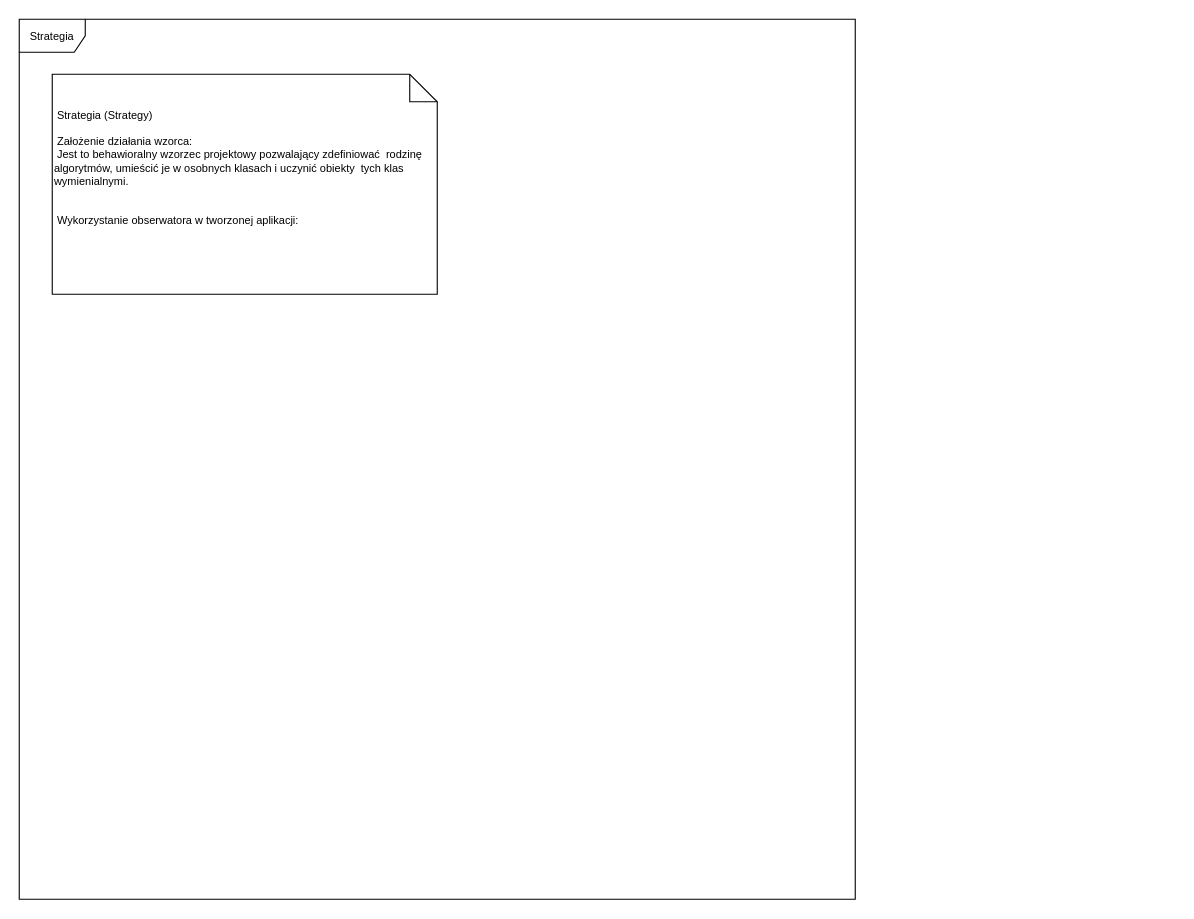
The draw.io diagram page "Strategia" (3 of 3) of src/Untitled Diagram.drawio in aleksandra0291/wzorce, before the edit. Source tidied: cells renumbered, new cells numbered last; positions are measured from the earlier drawing's top-left corner, leaving out a move shared by most shapes. Both pictures are drawn from the tidied source at 110%, with x=0, y=0 at pixel (19, 19).
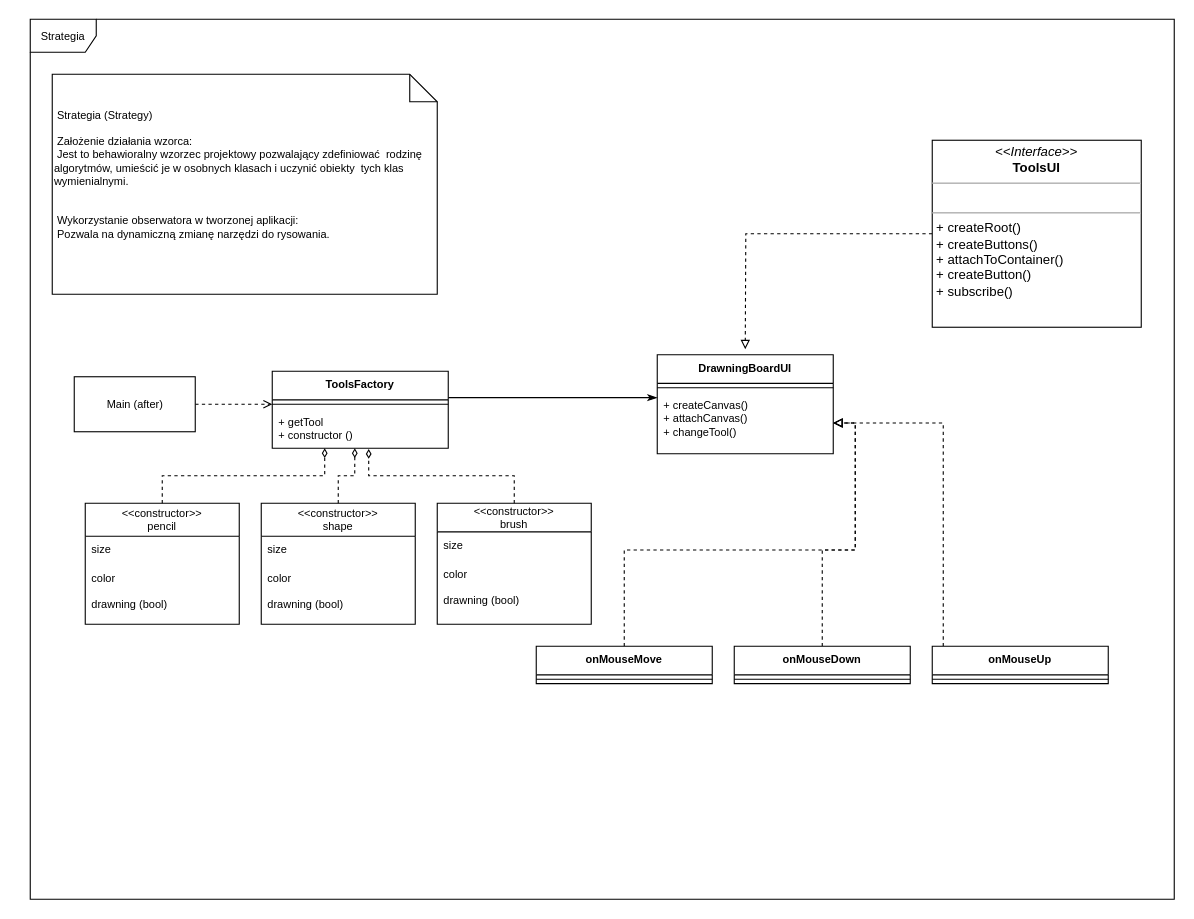
The same page after the edit.

The edit, as a diff of the source:
```diff
@@
     <mxCell id="2" value="&lt;font style=&quot;font-size: 10px;&quot;&gt;Strategia&lt;/font&gt;" style="shape=umlFrame;whiteSpace=wrap;html=1;" parent="1" vertex="1">
-      <mxGeometry width="760" height="800" as="geometry" />
+      <mxGeometry x="10" width="1040" height="800" as="geometry" />
     </mxCell>
-    <mxCell id="3" value="&lt;span style=&quot;white-space: pre;&quot;&gt; &lt;/span&gt;Strategia (Strategy)&lt;br&gt;&lt;br&gt;&lt;span style=&quot;white-space: pre;&quot;&gt; &lt;/span&gt;Założenie działania wzorca:&amp;nbsp;&lt;br&gt;&lt;span style=&quot;white-space: pre;&quot;&gt; &lt;/span&gt;Jest to behawioralny wzorzec projektowy pozwalający zdefiniować &lt;span style=&quot;white-space: pre;&quot;&gt; &lt;/span&gt;rodzinę algorytmów, umieścić je w osobnych klasach i uczynić obiekty &lt;span style=&quot;white-space: pre;&quot;&gt; &lt;/span&gt;tych klas wymienialnymi.&amp;nbsp;&lt;br&gt;&lt;span style=&quot;white-space: pre;&quot;&gt; &lt;/span&gt;&lt;br&gt;&lt;br&gt;&lt;span style=&quot;white-space: pre;&quot;&gt; &lt;/span&gt;Wykorzystanie obserwatora w tworzonej aplikacji:" style="shape=note2;boundedLbl=1;whiteSpace=wrap;html=1;size=25;verticalAlign=top;align=left;fontSize=10;" parent="1" vertex="1">
+    <mxCell id="3" value="&lt;span style=&quot;white-space: pre;&quot;&gt; &lt;/span&gt;Strategia (Strategy)&lt;br&gt;&lt;br&gt;&lt;span style=&quot;white-space: pre;&quot;&gt; &lt;/span&gt;Założenie działania wzorca:&amp;nbsp;&lt;br&gt;&lt;span style=&quot;white-space: pre;&quot;&gt; &lt;/span&gt;Jest to behawioralny wzorzec projektowy pozwalający zdefiniować &lt;span style=&quot;white-space: pre;&quot;&gt; &lt;/span&gt;rodzinę algorytmów, umieścić je w osobnych klasach i uczynić obiekty &lt;span style=&quot;white-space: pre;&quot;&gt; &lt;/span&gt;tych klas wymienialnymi.&amp;nbsp;&lt;br&gt;&lt;span style=&quot;white-space: pre;&quot;&gt; &lt;/span&gt;&lt;br&gt;&lt;br&gt;&lt;span style=&quot;white-space: pre;&quot;&gt; &lt;/span&gt;Wykorzystanie obserwatora w tworzonej aplikacji:&lt;br&gt;&lt;span style=&quot;white-space: pre;&quot;&gt; &lt;/span&gt;Pozwala na dynamiczną zmianę narzędzi do rysowania.&amp;nbsp;" style="shape=note2;boundedLbl=1;whiteSpace=wrap;html=1;size=25;verticalAlign=top;align=left;fontSize=10;" parent="1" vertex="1">
       <mxGeometry x="30" y="50" width="350" height="200" as="geometry" />
     </mxCell>
+    <mxCell id="4" style="edgeStyle=orthogonalEdgeStyle;rounded=0;jettySize=auto;html=1;dashed=1;fontSize=10;endArrow=open;endFill=0;" parent="1" edge="1" source="5" target="8">
+      <mxGeometry relative="1" as="geometry" />
+    </mxCell>
+    <mxCell id="5" value="Main (after)" style="html=1;fontSize=10;" parent="1" vertex="1">
+      <mxGeometry x="50" y="325" width="110" height="50" as="geometry" />
+    </mxCell>
+    <mxCell id="6" style="edgeStyle=orthogonalEdgeStyle;rounded=0;orthogonalLoop=1;jettySize=auto;html=1;fontSize=10;endArrow=classicThin;endFill=1;" parent="1" edge="1">
+      <mxGeometry relative="1" as="geometry">
+        <mxPoint x="390" y="344" as="sourcePoint" />
+        <mxPoint x="580" y="344" as="targetPoint" />
+      </mxGeometry>
+    </mxCell>
+    <mxCell id="7" value="ToolsFactory" style="swimlane;fontStyle=1;align=center;verticalAlign=top;horizontal=1;startSize=26;fontSize=10;" parent="1" vertex="1">
+      <mxGeometry x="230" y="320" width="160" height="70" as="geometry" />
+    </mxCell>
+    <mxCell id="8" style="line;strokeWidth=1;fillColor=none;align=left;verticalAlign=middle;spacingTop=-1;spacingLeft=3;spacingRight=3;labelPosition=right;points=[];portConstraint=eastwest;fontSize=10;" parent="7" vertex="1">
+      <mxGeometry y="26" width="160" height="8" as="geometry" />
+    </mxCell>
+    <mxCell id="9" value="+ getTool&#10;+ constructor ()" style="text;strokeColor=none;fillColor=none;align=left;verticalAlign=top;spacingLeft=4;spacingRight=4;overflow=hidden;points=[[0,0.5],[1,0.5]];portConstraint=eastwest;fontSize=10;" parent="7" vertex="1">
+      <mxGeometry y="34" width="160" height="36" as="geometry" />
+    </mxCell>
+    <mxCell id="10" style="edgeStyle=orthogonalEdgeStyle;rounded=0;jettySize=auto;html=1;entryX=0.548;entryY=1.018;entryDx=0;entryDy=0;entryPerimeter=0;dashed=1;fontSize=10;endArrow=diamondThin;endFill=0;" parent="1" edge="1" source="11" target="9">
+      <mxGeometry relative="1" as="geometry" />
+    </mxCell>
+    <mxCell id="11" value="&lt;&lt;constructor&gt;&gt;&#10;brush" style="swimlane;fontStyle=0;horizontal=1;startSize=26;fillColor=none;fontSize=10;" parent="1" vertex="1">
+      <mxGeometry x="380" y="440" width="140" height="110" as="geometry" />
+    </mxCell>
+    <mxCell id="12" value="size" style="text;strokeColor=none;fillColor=none;align=left;verticalAlign=top;spacingLeft=4;spacingRight=4;overflow=hidden;fontSize=10;" parent="11" vertex="1">
+      <mxGeometry y="26" width="140" height="26" as="geometry" />
+    </mxCell>
+    <mxCell id="13" value="color&#10;&#10;drawning (bool)" style="text;strokeColor=none;fillColor=none;align=left;verticalAlign=top;spacingLeft=4;spacingRight=4;overflow=hidden;fontSize=10;" parent="11" vertex="1">
+      <mxGeometry y="52" width="140" height="58" as="geometry" />
+    </mxCell>
+    <mxCell id="14" style="edgeStyle=orthogonalEdgeStyle;rounded=0;jettySize=auto;html=1;entryX=0.469;entryY=1;entryDx=0;entryDy=0;entryPerimeter=0;dashed=1;fontSize=10;endArrow=diamondThin;endFill=0;" parent="1" edge="1" source="15" target="9">
+      <mxGeometry relative="1" as="geometry" />
+    </mxCell>
+    <mxCell id="15" value="&lt;&lt;constructor&gt;&gt;&#10;shape" style="swimlane;fontStyle=0;horizontal=1;startSize=30;fillColor=none;fontSize=10;" parent="1" vertex="1">
+      <mxGeometry x="220" y="440" width="140" height="110" as="geometry" />
+    </mxCell>
+    <mxCell id="16" value="size" style="text;strokeColor=none;fillColor=none;align=left;verticalAlign=top;spacingLeft=4;spacingRight=4;overflow=hidden;fontSize=10;" parent="15" vertex="1">
+      <mxGeometry y="30" width="140" height="26" as="geometry" />
+    </mxCell>
+    <mxCell id="17" value="color&#10;&#10;drawning (bool)" style="text;strokeColor=none;fillColor=none;align=left;verticalAlign=top;spacingLeft=4;spacingRight=4;overflow=hidden;fontSize=10;" parent="15" vertex="1">
+      <mxGeometry y="56" width="140" height="54" as="geometry" />
+    </mxCell>
+    <mxCell id="18" style="edgeStyle=orthogonalEdgeStyle;rounded=0;jettySize=auto;html=1;entryX=0.298;entryY=1;entryDx=0;entryDy=0;entryPerimeter=0;dashed=1;fontSize=10;endArrow=diamondThin;endFill=0;" parent="1" edge="1" source="19" target="9">
+      <mxGeometry relative="1" as="geometry" />
+    </mxCell>
+    <mxCell id="19" value="&lt;&lt;constructor&gt;&gt;&#10;pencil" style="swimlane;fontStyle=0;horizontal=1;startSize=30;fillColor=none;fontSize=10;" parent="1" vertex="1">
+      <mxGeometry x="60" y="440" width="140" height="110" as="geometry" />
+    </mxCell>
+    <mxCell id="20" value="size" style="text;strokeColor=none;fillColor=none;align=left;verticalAlign=top;spacingLeft=4;spacingRight=4;overflow=hidden;fontSize=10;" parent="19" vertex="1">
+      <mxGeometry y="30" width="140" height="26" as="geometry" />
+    </mxCell>
+    <mxCell id="21" value="color&#10;&#10;drawning (bool)" style="text;strokeColor=none;fillColor=none;align=left;verticalAlign=top;spacingLeft=4;spacingRight=4;overflow=hidden;fontSize=10;" parent="19" vertex="1">
+      <mxGeometry y="56" width="140" height="54" as="geometry" />
+    </mxCell>
+    <mxCell id="22" value="DrawningBoardUI" style="swimlane;fontStyle=1;align=center;verticalAlign=top;horizontal=1;startSize=26;fontSize=10;" parent="1" vertex="1">
+      <mxGeometry x="580" y="305" width="160" height="90" as="geometry" />
+    </mxCell>
+    <mxCell id="23" style="line;strokeWidth=1;fillColor=none;align=left;verticalAlign=middle;spacingTop=-1;spacingLeft=3;spacingRight=3;labelPosition=right;fontSize=10;" parent="22" vertex="1">
+      <mxGeometry y="26" width="160" height="8" as="geometry" />
+    </mxCell>
+    <mxCell id="24" value="+ createCanvas()&#10;+ attachCanvas()&#10;+ changeTool()" style="text;strokeColor=none;fillColor=none;align=left;verticalAlign=top;spacingLeft=4;spacingRight=4;overflow=hidden;points=[[0,0.5],[1,0.5]];portConstraint=eastwest;fontSize=10;" parent="22" vertex="1">
+      <mxGeometry y="34" width="160" height="56" as="geometry" />
+    </mxCell>
+    <mxCell id="25" style="edgeStyle=orthogonalEdgeStyle;rounded=0;jettySize=auto;html=1;entryX=1;entryY=0.5;entryDx=0;entryDy=0;dashed=1;fontSize=10;endArrow=block;endFill=0;" parent="1" edge="1" source="26" target="24">
+      <mxGeometry relative="1" as="geometry" />
+    </mxCell>
+    <mxCell id="26" value="onMouseMove" style="swimlane;fontStyle=1;align=center;verticalAlign=top;horizontal=1;startSize=26;fontSize=10;" parent="1" vertex="1">
+      <mxGeometry x="470" y="570" width="160" height="34" as="geometry" />
+    </mxCell>
+    <mxCell id="27" style="line;strokeWidth=1;fillColor=none;align=left;verticalAlign=middle;spacingTop=-1;spacingLeft=3;spacingRight=3;labelPosition=right;fontSize=10;" parent="26" vertex="1">
+      <mxGeometry y="26" width="160" height="8" as="geometry" />
+    </mxCell>
+    <mxCell id="28" style="edgeStyle=orthogonalEdgeStyle;rounded=0;jettySize=auto;html=1;entryX=1;entryY=0.5;entryDx=0;entryDy=0;dashed=1;fontSize=10;endArrow=block;endFill=0;" parent="1" edge="1" source="29" target="24">
+      <mxGeometry relative="1" as="geometry" />
+    </mxCell>
+    <mxCell id="29" value="onMouseDown" style="swimlane;fontStyle=1;align=center;verticalAlign=top;horizontal=1;startSize=26;fontSize=10;" parent="1" vertex="1">
+      <mxGeometry x="650" y="570" width="160" height="34" as="geometry" />
+    </mxCell>
+    <mxCell id="30" style="line;strokeWidth=1;fillColor=none;align=left;verticalAlign=middle;spacingTop=-1;spacingLeft=3;spacingRight=3;labelPosition=right;fontSize=10;" parent="29" vertex="1">
+      <mxGeometry y="26" width="160" height="8" as="geometry" />
+    </mxCell>
+    <mxCell id="31" style="edgeStyle=orthogonalEdgeStyle;rounded=0;jettySize=auto;html=1;entryX=1;entryY=0.5;entryDx=0;entryDy=0;dashed=1;fontSize=10;endArrow=block;endFill=0;" parent="1" edge="1" source="32" target="24">
+      <mxGeometry relative="1" as="geometry">
+        <Array as="points">
+          <mxPoint x="840" y="367" />
+        </Array>
+      </mxGeometry>
+    </mxCell>
+    <mxCell id="32" value="onMouseUp" style="swimlane;fontStyle=1;align=center;verticalAlign=top;horizontal=1;startSize=26;fontSize=10;" parent="1" vertex="1">
+      <mxGeometry x="830" y="570" width="160" height="34" as="geometry" />
+    </mxCell>
+    <mxCell id="33" style="line;strokeWidth=1;fillColor=none;align=left;verticalAlign=middle;spacingTop=-1;spacingLeft=3;spacingRight=3;labelPosition=right;fontSize=10;" parent="32" vertex="1">
+      <mxGeometry y="26" width="160" height="8" as="geometry" />
+    </mxCell>
+    <mxCell id="34" style="edgeStyle=orthogonalEdgeStyle;rounded=0;jettySize=auto;html=1;dashed=1;fontSize=10;endArrow=block;endFill=0;" parent="1" edge="1" source="35">
+      <mxGeometry relative="1" as="geometry">
+        <mxPoint x="660" y="300" as="targetPoint" />
+      </mxGeometry>
+    </mxCell>
+    <mxCell id="35" value="&lt;p style=&quot;margin:0px;margin-top:4px;text-align:center;&quot;&gt;&lt;i&gt;&amp;lt;&amp;lt;Interface&amp;gt;&amp;gt;&lt;/i&gt;&lt;br&gt;&lt;b&gt;ToolsUI&lt;/b&gt;&lt;/p&gt;&lt;hr size=&quot;1&quot;&gt;&lt;p style=&quot;margin:0px;margin-left:4px;&quot;&gt;&lt;br&gt;&lt;/p&gt;&lt;hr size=&quot;1&quot;&gt;&lt;p style=&quot;margin:0px;margin-left:4px;&quot;&gt;+ createRoot()&lt;br&gt;+ createButtons()&lt;/p&gt;&lt;p style=&quot;margin:0px;margin-left:4px;&quot;&gt;+ attachToContainer()&lt;/p&gt;&lt;p style=&quot;margin:0px;margin-left:4px;&quot;&gt;+ createButton()&lt;/p&gt;&lt;p style=&quot;margin:0px;margin-left:4px;&quot;&gt;+ subscribe()&lt;/p&gt;&lt;p style=&quot;margin:0px;margin-left:4px;&quot;&gt;&lt;br&gt;&lt;/p&gt;" style="verticalAlign=top;align=left;overflow=fill;fontSize=12;fontFamily=Helvetica;html=1;" parent="1" vertex="1">
+      <mxGeometry x="830" y="110" width="190" height="170" as="geometry" />
+    </mxCell>
```
